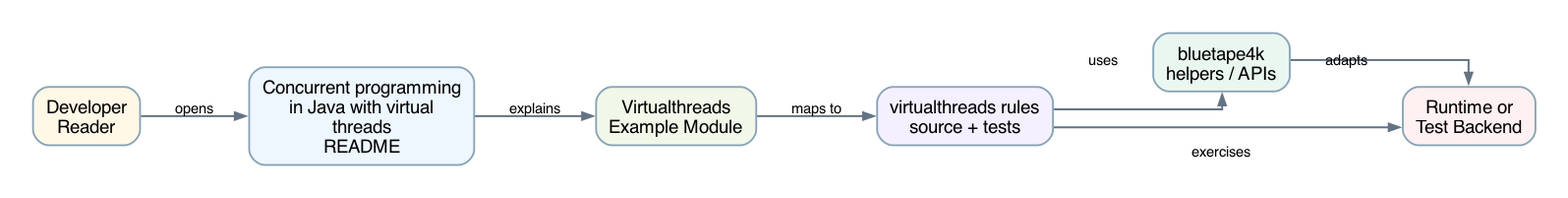
Earlier version of the Graphviz export docs/images/readme-diagrams/virtualthreads-rules-readme-architecture-01.png (bluetape4k/bluetape4k-workshop). Its source is kept beside it as docs/images/readme-diagrams/virtualthreads-rules-readme-architecture-01.dot. Its diagram source:
```dot
digraph G {
  graph [
    rankdir=LR,
    bgcolor="white",
    pad="0.35",
    nodesep="0.55",
    ranksep="0.75",
    splines=ortho,
    outputorder=edgesfirst
  ];
  node [
    shape=box,
    style="rounded,filled",
    penwidth=1.4,
    color="#88A3B5",
    fillcolor="#F6FAFF",
    fontname="Helvetica",
    fontsize=14,
    margin="0.14,0.10"
  ];
  edge [
    color="#637383",
    arrowsize=0.8,
    penwidth=1.5,
    fontname="Helvetica",
    fontsize=11
  ];

  reader [label="Developer\nReader", fillcolor="#FFF8E7"];
  readme [label="Concurrent programming\nin Java with virtual\nthreads\nREADME", fillcolor="#EEF7FF"];
  module [label="Virtualthreads\nExample Module", fillcolor="#F1F8E9"];
  source [label="virtualthreads rules\nsource + tests", fillcolor="#F5F0FF"];
  bt [label="bluetape4k\nhelpers / APIs", fillcolor="#EAF7F0"];
  runtime [label="Runtime or\nTest Backend", fillcolor="#FFF1F1"];

  reader -> readme [label="opens"];
  readme -> module [label="explains"];
  module -> source [label="maps to"];
  source -> bt [label="uses"];
  source -> runtime [label="exercises"];
  bt -> runtime [label="adapts"];
}
```
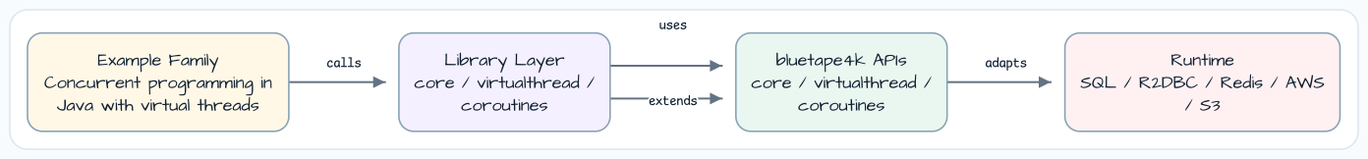
Later version of the same file.

The edit, as a diff of the source:
```diff
@@ -14,7 +14,7 @@
     penwidth=1.4,
     color="#88A3B5",
     fillcolor="#F6FAFF",
-    fontname="Helvetica",
+    fontname="Architects Daughter",
     fontsize=14,
     margin="0.14,0.10"
   ];
@@ -22,21 +22,17 @@
     color="#637383",
     arrowsize=0.8,
     penwidth=1.5,
-    fontname="Helvetica",
+    fontname="Comic Mono",
     fontsize=11
   ];
 
-  reader [label="Developer\nReader", fillcolor="#FFF8E7"];
-  readme [label="Concurrent programming\nin Java with virtual\nthreads\nREADME", fillcolor="#EEF7FF"];
-  module [label="Virtualthreads\nExample Module", fillcolor="#F1F8E9"];
-  source [label="virtualthreads rules\nsource + tests", fillcolor="#F5F0FF"];
-  bt [label="bluetape4k\nhelpers / APIs", fillcolor="#EAF7F0"];
-  runtime [label="Runtime or\nTest Backend", fillcolor="#FFF1F1"];
+  entry [label="Example Family\nConcurrent programming in\nJava with virtual threads", fillcolor="#FFF8E7"];
+  infra [label="Library Layer\ncore / virtualthread /\ncoroutines", fillcolor="#F5F0FF"];
+  bt [label="bluetape4k APIs\ncore / virtualthread /\ncoroutines", fillcolor="#EAF7F0"];
+  runtime [label="Runtime\nSQL / R2DBC / Redis / AWS\n/ S3", fillcolor="#FFF1F1"];
 
-  reader -> readme [label="opens"];
-  readme -> module [label="explains"];
-  module -> source [label="maps to"];
-  source -> bt [label="uses"];
-  source -> runtime [label="exercises"];
+  entry -> infra [label="calls"];
+  infra -> bt [label="uses"];
+  infra -> bt [label="extends"];
   bt -> runtime [label="adapts"];
 }
```
